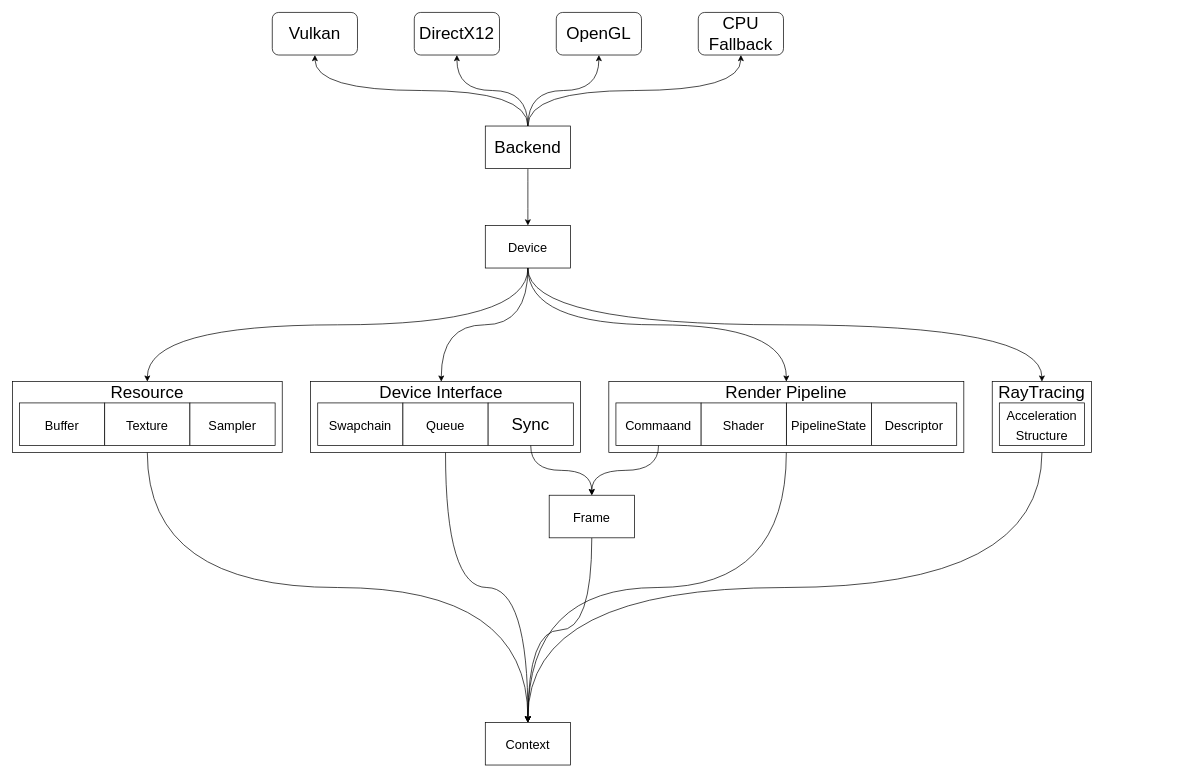
Above: Doc/RHI.drawio in Chaf-Libraries/Ilum (draw.io), before the change. Source tidied: cells renumbered, new cells numbered last; positions are measured from the earlier drawing's top-left corner, leaving out a move shared by most shapes. Both pictures are drawn from the tidied source at 71%, with x=0, y=0 at pixel (12, 12).
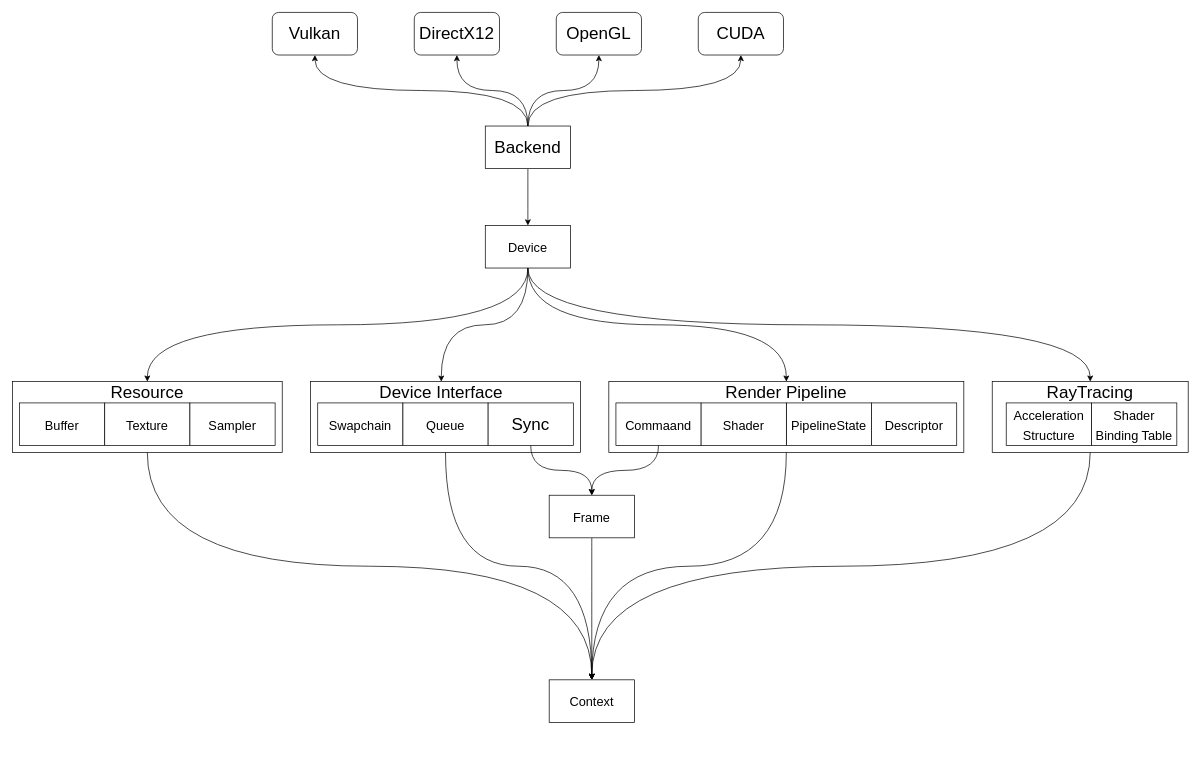
The same diagram, later.

Unchanged cells that the change refers to:
```xml
<mxCell id="18" value="&lt;font style=&quot;font-size: 18px&quot;&gt;Frame&lt;br&gt;&lt;/font&gt;" style="rounded=0;whiteSpace=wrap;html=1;fontSize=24;" parent="1" vertex="1">
  <mxGeometry x="756" y="680" width="120" height="60" as="geometry" />
</mxCell>
<mxCell id="26" style="rounded=0;whiteSpace=wrap;html=1;fontSize=24;" parent="25" vertex="1">
  <mxGeometry width="380" height="100" as="geometry" />
</mxCell>
```

Diff of the diagram source:
```diff
@@
-<mxGraphModel>
+<mxGraphModel background="#FFFFFF">
@@
     <mxCell id="16" value="&lt;font style=&quot;font-size: 18px&quot;&gt;Context&lt;/font&gt;" style="rounded=0;whiteSpace=wrap;html=1;fontSize=24;" parent="1" vertex="1">
-      <mxGeometry x="666" y="1000" width="120" height="60" as="geometry" />
+      <mxGeometry x="756" y="940" width="120" height="60" as="geometry" />
     </mxCell>
-    <mxCell id="17" style="edgeStyle=orthogonalEdgeStyle;curved=1;html=1;exitX=0.5;exitY=1;exitDx=0;exitDy=0;fontSize=24;" parent="1" edge="1" source="18">
-      <mxGeometry relative="1" as="geometry">
-        <mxPoint x="726" y="1000" as="targetPoint" />
-      </mxGeometry>
-    </mxCell>
+    <mxCell id="49" style="edgeStyle=orthogonalEdgeStyle;html=1;exitX=0.5;exitY=1;exitDx=0;exitDy=0;entryX=0.5;entryY=0;entryDx=0;entryDy=0;curved=1;" parent="1" edge="1" source="18" target="16">
+      <mxGeometry relative="1" as="geometry" />
+    </mxCell>
@@
     <mxCell id="38" style="group;" parent="1" vertex="1">
-      <mxGeometry x="1380" y="520" width="140" height="100" as="geometry" />
+      <mxGeometry x="1380" y="520" width="276" height="100" as="geometry" />
     </mxCell>
     <mxCell id="39" style="rounded=0;whiteSpace=wrap;html=1;fontSize=24;" parent="38" vertex="1">
-      <mxGeometry width="140" height="100" as="geometry" />
+      <mxGeometry width="276" height="100" as="geometry" />
     </mxCell>
     <mxCell id="40" value="&lt;font style=&quot;font-size: 18px&quot;&gt;Acceleration&lt;br&gt;Structure&lt;br&gt;&lt;/font&gt;" style="rounded=0;whiteSpace=wrap;html=1;fontSize=24;" parent="38" vertex="1">
-      <mxGeometry x="10" y="30" width="120" height="60" as="geometry" />
+      <mxGeometry x="19.7" y="30" width="120.3" height="60" as="geometry" />
     </mxCell>
     <mxCell id="41" value="RayTracing" style="text;html=1;strokeColor=none;fillColor=none;align=center;verticalAlign=middle;whiteSpace=wrap;rounded=0;fontSize=24;" parent="38" vertex="1">
-      <mxGeometry width="140" height="30" as="geometry" />
+      <mxGeometry width="276" height="30" as="geometry" />
     </mxCell>
@@
-    <mxCell id="45" style="edgeStyle=orthogonalEdgeStyle;curved=1;html=1;exitX=0.5;exitY=1;exitDx=0;exitDy=0;fontSize=24;" parent="1" edge="1" source="26">
-      <mxGeometry relative="1" as="geometry">
-        <mxPoint x="726" y="1000" as="targetPoint" />
-      </mxGeometry>
-    </mxCell>
@@
-    <mxCell id="48" value="CPU&lt;br&gt;Fallback" style="rounded=1;whiteSpace=wrap;html=1;fontSize=24;" parent="1" vertex="1">
+    <mxCell id="48" value="CUDA" style="rounded=1;whiteSpace=wrap;html=1;fontSize=24;" parent="1" vertex="1">
       <mxGeometry x="966" width="120" height="60" as="geometry" />
     </mxCell>
+    <mxCell id="50" value="&lt;font style=&quot;font-size: 18px&quot;&gt;Shader Binding Table&lt;br&gt;&lt;/font&gt;" style="rounded=0;whiteSpace=wrap;html=1;fontSize=24;" parent="1" vertex="1">
+      <mxGeometry x="1520" y="550" width="120" height="60" as="geometry" />
+    </mxCell>
+    <mxCell id="51" style="edgeStyle=orthogonalEdgeStyle;html=1;exitX=0.5;exitY=1;exitDx=0;exitDy=0;entryX=0.5;entryY=0;entryDx=0;entryDy=0;curved=1;" parent="1" edge="1" source="26" target="16">
+      <mxGeometry relative="1" as="geometry" />
+    </mxCell>
```
